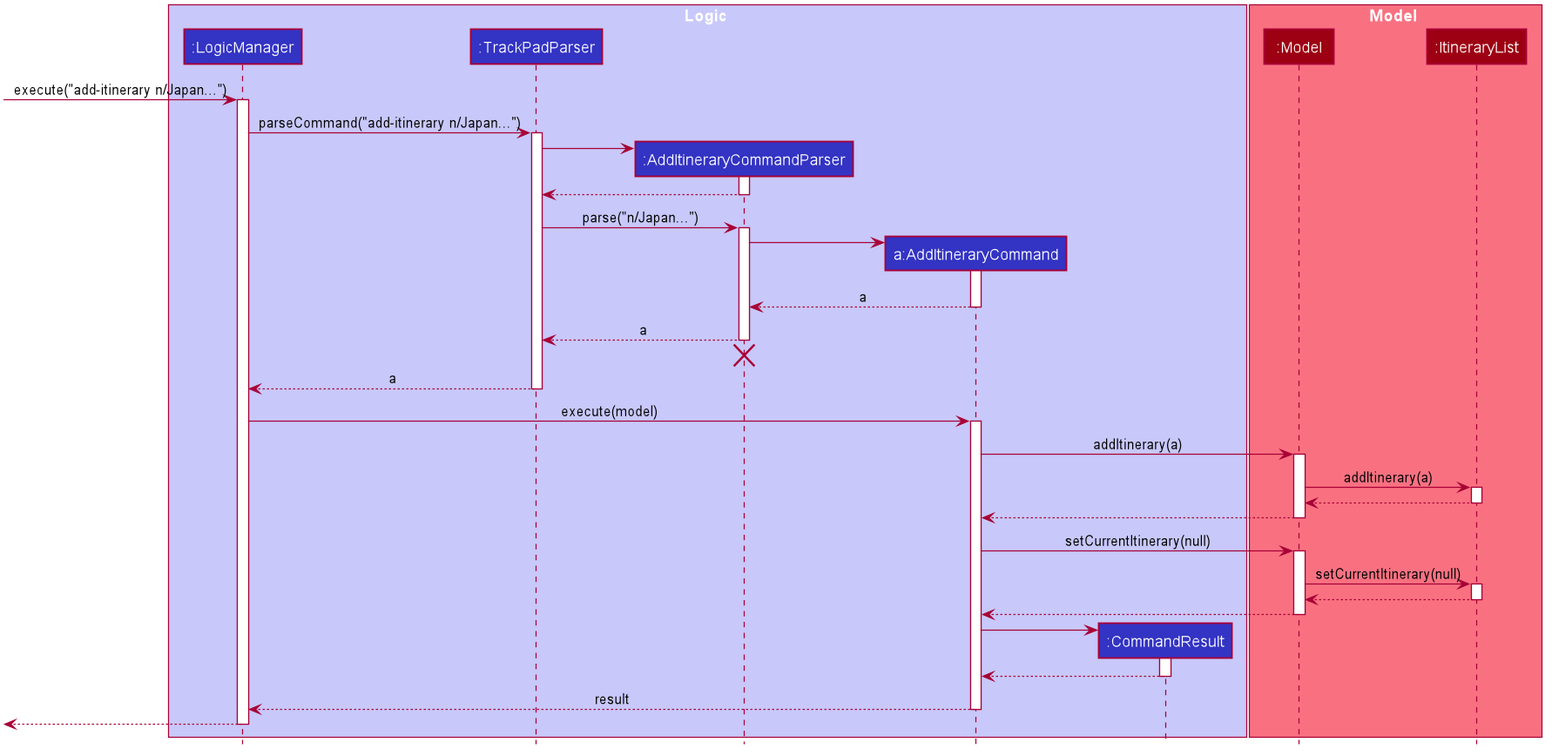
Before: docs/images/devguideimages/AddItinerarySequenceDiagram.png, a diagram exported from PlantUML (yuxuanxc/tp). Source of this version:
```plantuml
@startuml








skinparam BackgroundColor #FFFFFFF

skinparam Shadowing false

skinparam Class {
    FontColor #FFFFFF
    BorderThickness 1
    BorderColor #FFFFFF
    StereotypeFontColor #FFFFFF
    FontName Arial
}

skinparam Actor {
    BorderColor #000000
    Color #000000
    FontName Arial
}

skinparam Sequence {
    MessageAlign center
    BoxFontSize 15
    BoxPadding 0
    BoxFontColor #FFFFFF
    FontName Arial
}

skinparam Participant {
    FontColor #FFFFFFF
    Padding 20
}

skinparam MinClassWidth 50
skinparam ParticipantPadding 10
skinparam Shadowing false
skinparam DefaultTextAlignment center
skinparam packageStyle Rectangle

hide footbox
hide members
hide circle

box Logic #C8C8FA
participant ":LogicManager" as LogicManager #3333C4
participant ":TrackPadParser" as TrackPadParser #3333C4
participant ":AddItineraryCommandParser" as AddItineraryCommandParser #3333C4
participant "a:AddItineraryCommand" as AddItineraryCommand #3333C4
participant ":CommandResult" as CommandResult #3333C4
end box

box Model #F97181
participant ":Model" as Model #9D0012
participant ":ItineraryList" as ItineraryList #9D0012
end box

[-> LogicManager : execute("add-itinerary n/Japan...")
activate LogicManager

LogicManager -> TrackPadParser : parseCommand("add-itinerary n/Japan...")
activate TrackPadParser

create AddItineraryCommandParser
TrackPadParser -> AddItineraryCommandParser
activate AddItineraryCommandParser

AddItineraryCommandParser --> TrackPadParser
deactivate AddItineraryCommandParser

TrackPadParser -> AddItineraryCommandParser : parse("n/Japan...")
activate AddItineraryCommandParser

create AddItineraryCommand
AddItineraryCommandParser -> AddItineraryCommand
activate AddItineraryCommand

AddItineraryCommand --> AddItineraryCommandParser : a
deactivate AddItineraryCommand

AddItineraryCommandParser --> TrackPadParser : a
deactivate AddItineraryCommandParser
AddItineraryCommandParser -[hidden]-> TrackPadParser
destroy AddItineraryCommandParser

TrackPadParser --> LogicManager : a
deactivate TrackPadParser

LogicManager -> AddItineraryCommand : execute(model)
activate AddItineraryCommand

AddItineraryCommand -> Model : addItinerary(a)
activate Model

Model -> ItineraryList : addItinerary(a)
activate ItineraryList

ItineraryList --> Model
deactivate ItineraryList

Model --> AddItineraryCommand
deactivate Model

AddItineraryCommand -> Model : setCurrentItinerary(null)
activate Model

Model -> ItineraryList : setCurrentItinerary(null)
activate ItineraryList

ItineraryList --> Model
deactivate ItineraryList

Model --> AddItineraryCommand
deactivate Model

create CommandResult
AddItineraryCommand -> CommandResult
activate CommandResult

CommandResult --> AddItineraryCommand
deactivate CommandResult

AddItineraryCommand --> LogicManager : result
deactivate AddItineraryCommand

[<--LogicManager
deactivate LogicManager
@enduml
```
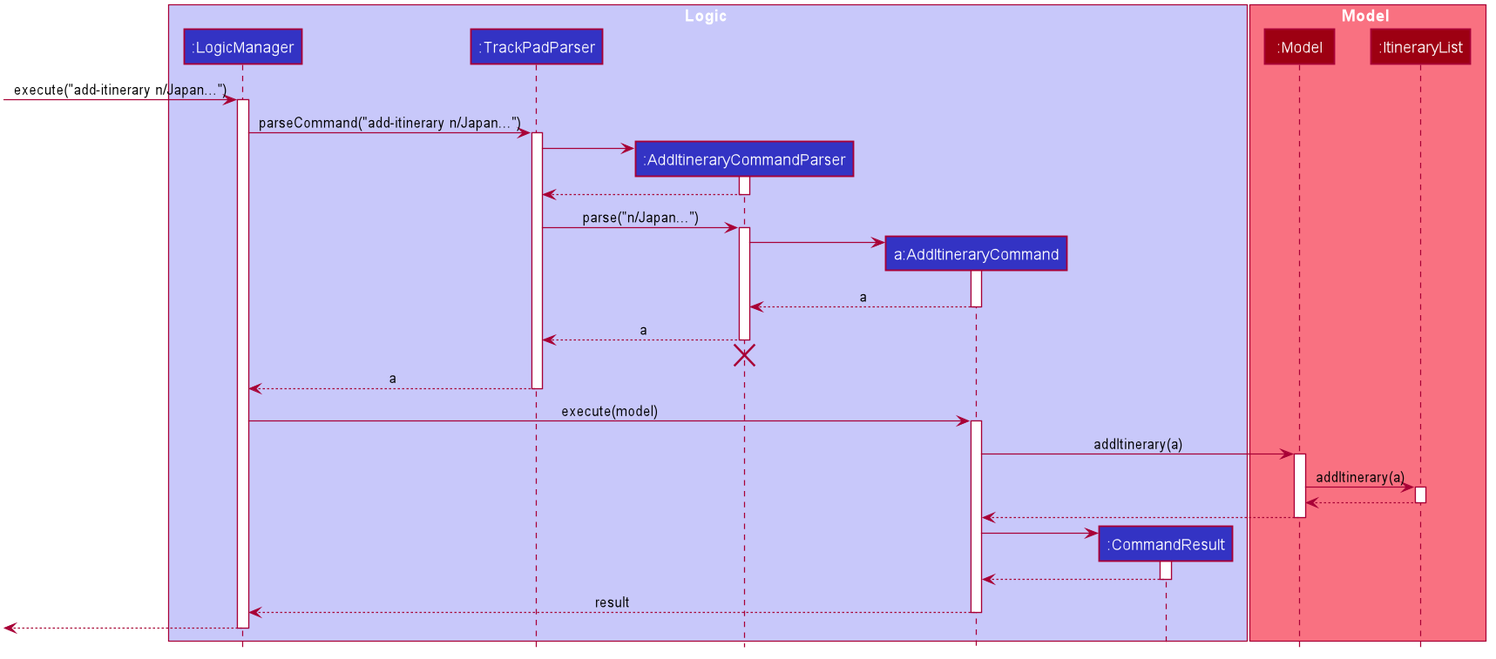
The same file after the commit.

The edit, as a diff of the source:
```diff
@@ -107,18 +107,6 @@
 Model --> AddItineraryCommand
 deactivate Model
 
-AddItineraryCommand -> Model : setCurrentItinerary(null)
-activate Model
-
-Model -> ItineraryList : setCurrentItinerary(null)
-activate ItineraryList
-
-ItineraryList --> Model
-deactivate ItineraryList
-
-Model --> AddItineraryCommand
-deactivate Model
-
 create CommandResult
 AddItineraryCommand -> CommandResult
 activate CommandResult
```
